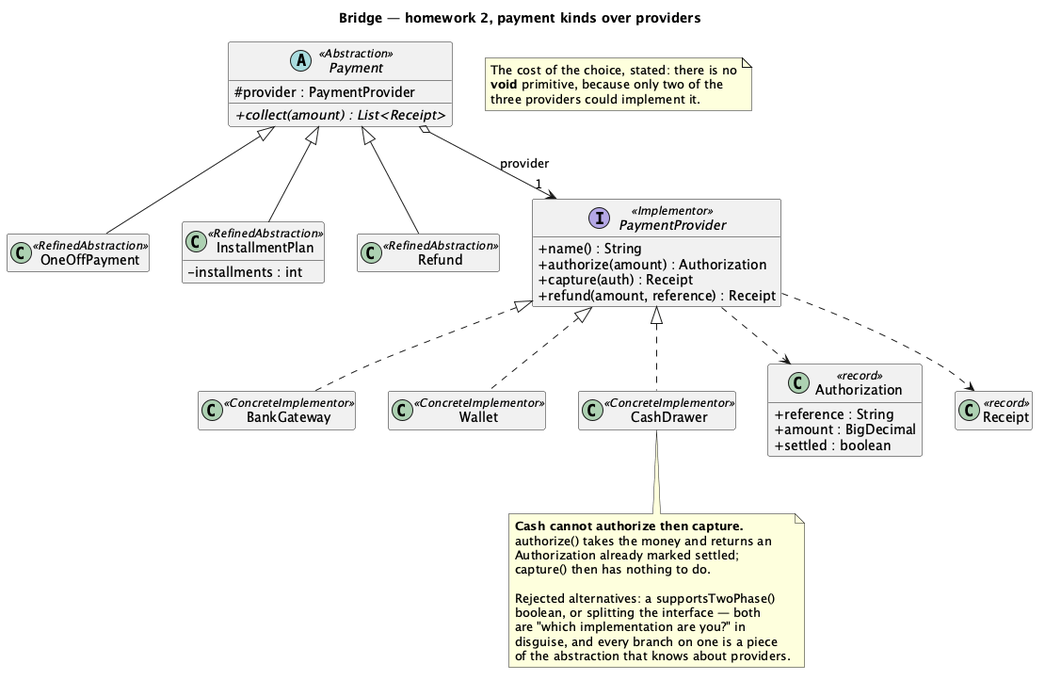
Before: src/main/java/dev/kaldiroglu/dp/structural/bridge/hw/paymentdesk/uml/Bridge - Payment Desk (Solution) - Class Diagram.png, a diagram exported from PlantUML (kaldiroglu/DesignPatternsWithJava). The source it was exported from:
```plantuml
@startuml "Bridge - Payment Desk (Solution) - Class Diagram"
skinparam classAttributeIconSize 0
hide empty members
title Bridge — homework 2, payment kinds over providers


abstract class Payment <<Abstraction>> {
  # provider : PaymentProvider
  + {abstract} collect(amount) : List<Receipt>
}

class OneOffPayment <<RefinedAbstraction>>
class InstallmentPlan <<RefinedAbstraction>> {
  - installments : int
}
class Refund <<RefinedAbstraction>>

interface PaymentProvider <<Implementor>> {
  + name() : String
  + authorize(amount) : Authorization
  + capture(auth) : Receipt
  + refund(amount, reference) : Receipt
}

class BankGateway <<ConcreteImplementor>>
class Wallet <<ConcreteImplementor>>
class CashDrawer <<ConcreteImplementor>>

class Authorization <<record>> {
  + reference : String
  + amount : BigDecimal
  + settled : boolean
}
class Receipt <<record>>

Payment <|-- OneOffPayment
Payment <|-- InstallmentPlan
Payment <|-- Refund
Payment o--> "1" PaymentProvider : provider
PaymentProvider <|.. BankGateway
PaymentProvider <|.. Wallet
PaymentProvider <|.. CashDrawer
PaymentProvider ..> Authorization
PaymentProvider ..> Receipt

note bottom of CashDrawer
  <b>Cash cannot authorize then capture.</b>
  authorize() takes the money and returns an
  Authorization already marked settled;
  capture() then has nothing to do.

  Rejected alternatives: a supportsTwoPhase()
  boolean, or splitting the interface — both
  are "which implementation are you?" in
  disguise, and every branch on one is a piece
  of the abstraction that knows about providers.
end note

note as N1
  The cost of the choice, stated: there is no
  <b>void</b> primitive, because only two of the
  three providers could implement it.
end note

@enduml
```
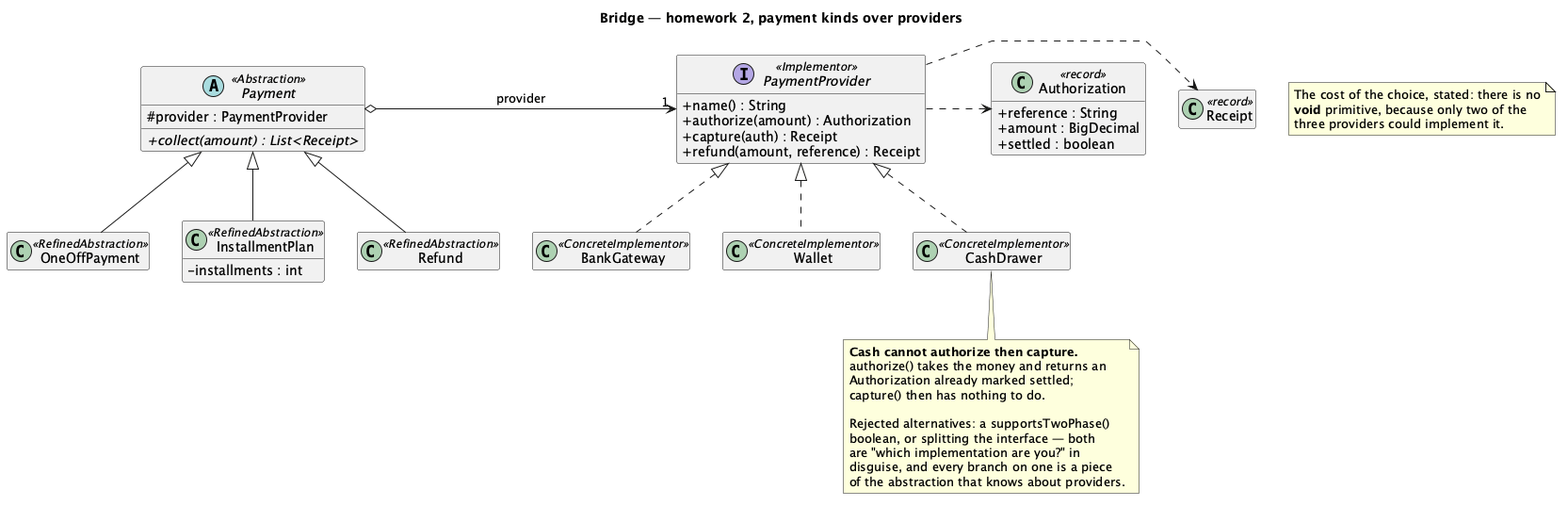
After the change.

Diff of the diagram source:
```diff
@@ -1,4 +1,5 @@
-@startuml "Bridge - Payment Desk (Solution) - Class Diagram"
+@startuml
+skinparam linetype polyline
 skinparam classAttributeIconSize 0
 hide empty members
 title Bridge — homework 2, payment kinds over providers
@@ -36,12 +37,9 @@
 Payment <|-- OneOffPayment
 Payment <|-- InstallmentPlan
 Payment <|-- Refund
-Payment o--> "1" PaymentProvider : provider
 PaymentProvider <|.. BankGateway
 PaymentProvider <|.. Wallet
 PaymentProvider <|.. CashDrawer
-PaymentProvider ..> Authorization
-PaymentProvider ..> Receipt
 
 note bottom of CashDrawer
   <b>Cash cannot authorize then capture.</b>
@@ -62,4 +60,7 @@
   three providers could implement it.
 end note
 
+Payment o-[norank]-> "1" PaymentProvider : provider
+PaymentProvider .[norank].> Authorization
+PaymentProvider .[norank].> Receipt
 @enduml
```
